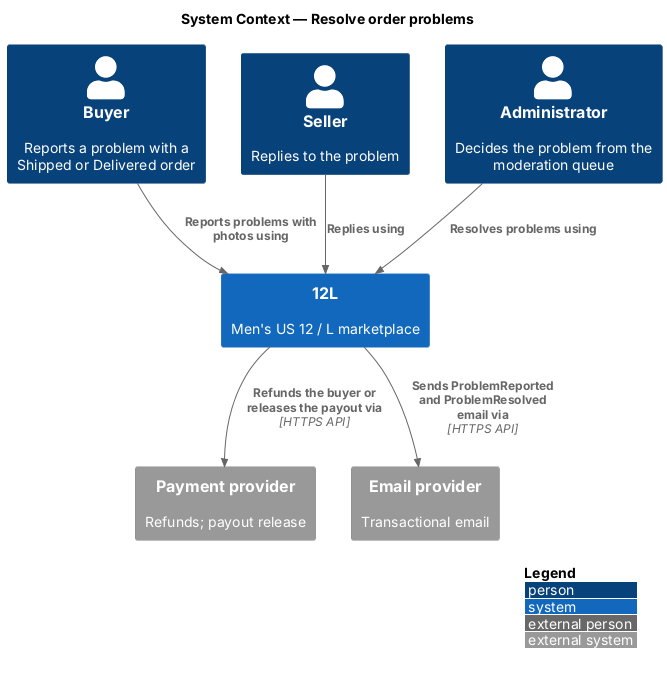
QuinntyneBrown/12l keeps this PlantUML diagram as docs/detailed-designs/orders/resolve-order-problems/diagrams/c4-context.png. Above is the earlier version.
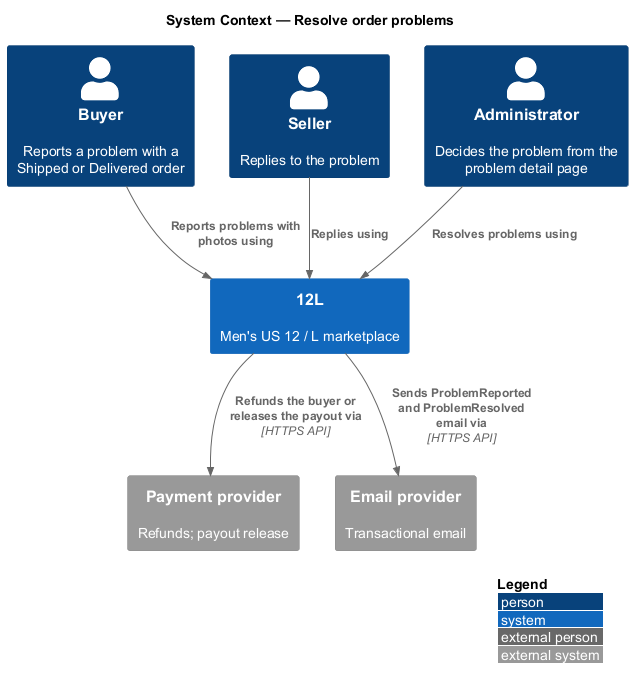
The same file after the commit.

Diff of the diagram source:
```diff
@@ -5,7 +5,7 @@
 
 Person(buyer, "Buyer", "Reports a problem with a Shipped or Delivered order")
 Person(seller, "Seller", "Replies to the problem")
-Person(admin, "Administrator", "Decides the problem from the moderation queue")
+Person(admin, "Administrator", "Decides the problem from the problem detail page")
 System(twelvel, "12L", "Men's US 12 / L marketplace")
 System_Ext(pay, "Payment provider", "Refunds; payout release")
 System_Ext(email, "Email provider", "Transactional email")
```
